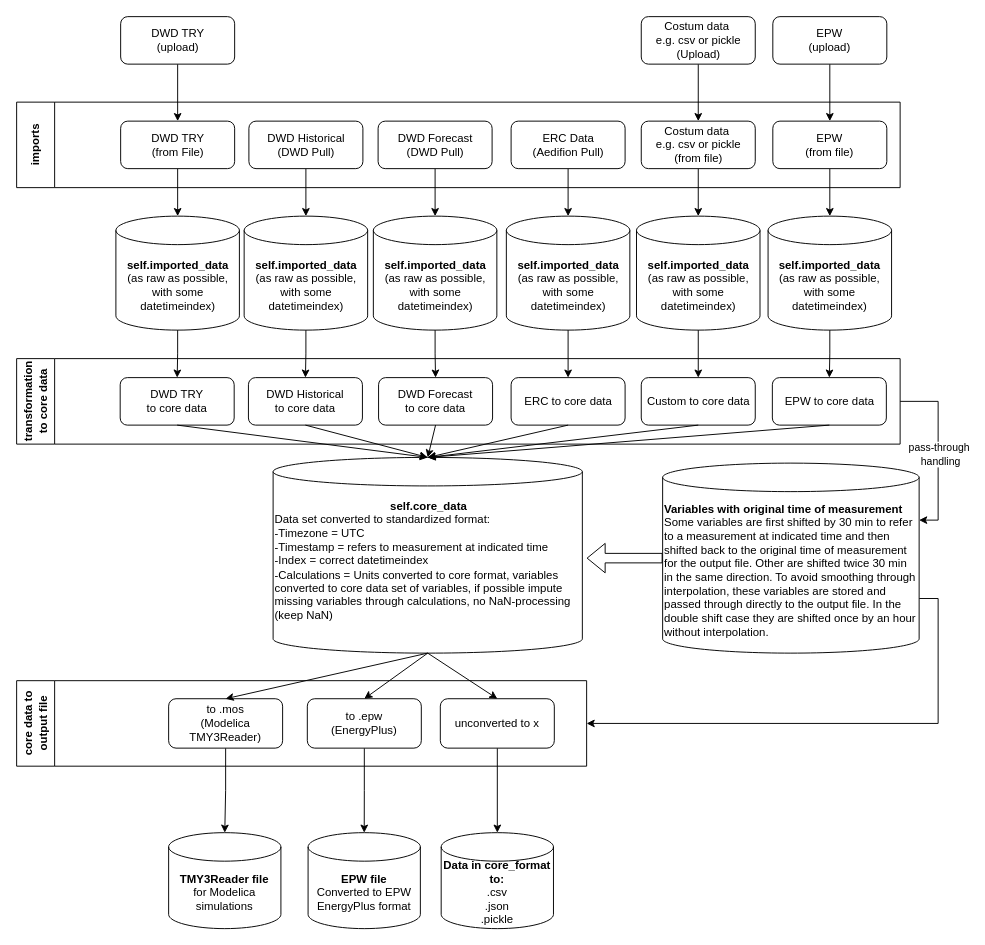
Before: docs/Overview_WeatherTool.drawio in RWTH-EBC/AixWeather, a draw.io diagram. Source tidied: cells renumbered, new cells numbered last; positions are measured from the earlier drawing's top-left corner, leaving out a move shared by most shapes. Both pictures are drawn from the tidied source at 95%, with x=0, y=0 at pixel (16, 16).
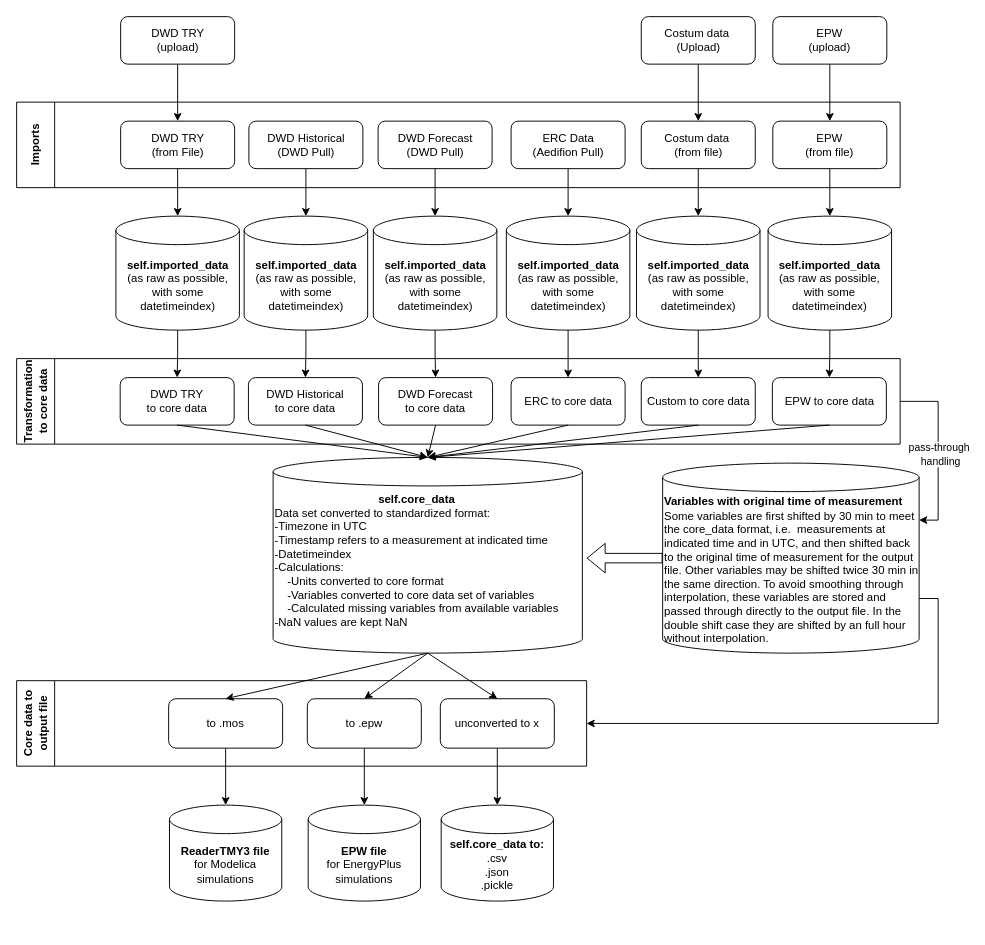
Above is the later version.

The edit, as a diff of the source:
```diff
@@
-    <mxCell id="4" value="&lt;div style=&quot;text-align: center;&quot;&gt;&lt;b style=&quot;background-color: initial; border-color: var(--border-color);&quot;&gt;self.core_data&lt;/b&gt;&lt;/div&gt;Data set converted to standardized format:&lt;br style=&quot;border-color: var(--border-color);&quot;&gt;-Timezone = UTC&lt;br style=&quot;border-color: var(--border-color);&quot;&gt;-Timestamp = refers to measurement at indicated time&lt;br&gt;-Index = correct datetimeindex&amp;nbsp;&lt;br style=&quot;border-color: var(--border-color);&quot;&gt;-Calculations = Units converted to core format,&amp;nbsp;variables converted to core data set of variables, if possible impute missing variables through calculations, no NaN-processing (keep NaN)&lt;br style=&quot;border-color: var(--border-color);&quot;&gt;&amp;nbsp;" style="shape=cylinder3;whiteSpace=wrap;html=1;boundedLbl=1;backgroundOutline=1;size=15;align=left;" parent="1" vertex="1">
+    <mxCell id="4" value="&lt;div style=&quot;text-align: center;&quot;&gt;&lt;b style=&quot;background-color: initial; border-color: var(--border-color);&quot;&gt;self.core_data&lt;/b&gt;&lt;/div&gt;Data set converted to standardized format:&lt;br style=&quot;border-color: var(--border-color);&quot;&gt;-Timezone in UTC&lt;br style=&quot;border-color: var(--border-color);&quot;&gt;-Timestamp refers to a measurement at indicated time&lt;br&gt;-Datetimeindex&amp;nbsp;&lt;br style=&quot;border-color: var(--border-color);&quot;&gt;-Calculations:&lt;br&gt;&lt;span style=&quot;&quot;&gt;&lt;span style=&quot;white-space: pre;&quot;&gt;&amp;nbsp;&amp;nbsp;&amp;nbsp;&amp;nbsp;&lt;/span&gt;&lt;/span&gt;-Units converted to core format&lt;br&gt;&lt;span style=&quot;&quot;&gt;&lt;span style=&quot;white-space: pre;&quot;&gt;&amp;nbsp;&amp;nbsp;&amp;nbsp;&amp;nbsp;&lt;/span&gt;&lt;/span&gt;-Variables converted to core data set of variables&lt;br&gt;&lt;span style=&quot;&quot;&gt;&lt;span style=&quot;white-space: pre;&quot;&gt;&amp;nbsp;&amp;nbsp;&amp;nbsp;&amp;nbsp;&lt;/span&gt;&lt;/span&gt;-Calculated missing variables from available variables&lt;br&gt;&lt;span style=&quot;background-color: initial;&quot;&gt;-NaN values are kept NaN&lt;/span&gt;&lt;br&gt;&amp;nbsp;" style="shape=cylinder3;whiteSpace=wrap;html=1;boundedLbl=1;backgroundOutline=1;size=15;align=left;" parent="1" vertex="1">
       <mxGeometry x="270" y="464" width="325.5" height="206" as="geometry" />
     </mxCell>
@@
-    <mxCell id="12" value="Costum data&amp;nbsp;&lt;br&gt;e.g. csv or pickle&lt;br&gt;(from file)" style="rounded=1;whiteSpace=wrap;html=1;fontSize=12;glass=0;strokeWidth=1;shadow=0;" parent="1" vertex="1">
+    <mxCell id="12" value="Costum data&amp;nbsp;&lt;br&gt;(from file)" style="rounded=1;whiteSpace=wrap;html=1;fontSize=12;glass=0;strokeWidth=1;shadow=0;" parent="1" vertex="1">
       <mxGeometry x="657.5" y="110" width="120" height="50" as="geometry" />
     </mxCell>
@@
-    <mxCell id="14" value="to .mos &lt;br&gt;(Modelica TMY3Reader)" style="rounded=1;whiteSpace=wrap;html=1;fontSize=12;glass=0;strokeWidth=1;shadow=0;" parent="1" vertex="1">
+    <mxCell id="14" value="to .mos" style="rounded=1;whiteSpace=wrap;html=1;fontSize=12;glass=0;strokeWidth=1;shadow=0;" parent="1" vertex="1">
       <mxGeometry x="160" y="718" width="120" height="52" as="geometry" />
     </mxCell>
@@
-    <mxCell id="18" value="to .epw&lt;br&gt;(EnergyPlus)" style="rounded=1;whiteSpace=wrap;html=1;fontSize=12;glass=0;strokeWidth=1;shadow=0;" parent="1" vertex="1">
+    <mxCell id="18" value="to .epw" style="rounded=1;whiteSpace=wrap;html=1;fontSize=12;glass=0;strokeWidth=1;shadow=0;" parent="1" vertex="1">
       <mxGeometry x="306" y="718" width="120" height="52" as="geometry" />
     </mxCell>
@@
-    <mxCell id="25" value="Costum data&amp;nbsp;&lt;br&gt;e.g. csv or pickle&lt;br&gt;(Upload)" style="rounded=1;whiteSpace=wrap;html=1;fontSize=12;glass=0;strokeWidth=1;shadow=0;" parent="1" vertex="1">
+    <mxCell id="25" value="Costum data&amp;nbsp;&lt;br&gt;(Upload)" style="rounded=1;whiteSpace=wrap;html=1;fontSize=12;glass=0;strokeWidth=1;shadow=0;" parent="1" vertex="1">
       <mxGeometry x="657.5" width="120" height="50" as="geometry" />
     </mxCell>
@@
-    <mxCell id="28" value="&lt;b&gt;TMY3Reader file&lt;br&gt;&lt;/b&gt;for Modelica simulations" style="shape=cylinder3;whiteSpace=wrap;html=1;boundedLbl=1;backgroundOutline=1;size=15;" parent="1" vertex="1">
-      <mxGeometry x="160" y="859" width="118.2" height="101" as="geometry" />
+    <mxCell id="28" value="&lt;b&gt;ReaderTMY3 file&lt;br&gt;&lt;/b&gt;for Modelica simulations" style="shape=cylinder3;whiteSpace=wrap;html=1;boundedLbl=1;backgroundOutline=1;size=15;" parent="1" vertex="1">
+      <mxGeometry x="160.9" y="830" width="118.2" height="101" as="geometry" />
     </mxCell>
-    <mxCell id="29" value="&lt;b&gt;EPW file&lt;br&gt;&lt;/b&gt;Converted to EPW EnergyPlus format&lt;b&gt;&lt;br&gt;&lt;/b&gt;" style="shape=cylinder3;whiteSpace=wrap;html=1;boundedLbl=1;backgroundOutline=1;size=15;" parent="1" vertex="1">
-      <mxGeometry x="306.8" y="859" width="118.2" height="101" as="geometry" />
+    <mxCell id="29" value="&lt;b&gt;EPW file&lt;br&gt;&lt;/b&gt;for EnergyPlus simulations&lt;b&gt;&lt;br&gt;&lt;/b&gt;" style="shape=cylinder3;whiteSpace=wrap;html=1;boundedLbl=1;backgroundOutline=1;size=15;" parent="1" vertex="1">
+      <mxGeometry x="306.9" y="830" width="118.2" height="101" as="geometry" />
     </mxCell>
-    <mxCell id="30" value="&lt;b&gt;Data in core_format to:&lt;br&gt;&lt;/b&gt;.csv&lt;br&gt;.json&lt;br&gt;.pickle&lt;b&gt;&lt;br&gt;&lt;/b&gt;" style="shape=cylinder3;whiteSpace=wrap;html=1;boundedLbl=1;backgroundOutline=1;size=15;" parent="1" vertex="1">
-      <mxGeometry x="446.9" y="859" width="118.2" height="101" as="geometry" />
+    <mxCell id="30" value="&lt;b&gt;self.core_data to:&lt;br&gt;&lt;/b&gt;.csv&lt;br&gt;.json&lt;br&gt;.pickle&lt;b&gt;&lt;br&gt;&lt;/b&gt;" style="shape=cylinder3;whiteSpace=wrap;html=1;boundedLbl=1;backgroundOutline=1;size=15;" parent="1" vertex="1">
+      <mxGeometry x="446.9" y="830" width="118.2" height="101" as="geometry" />
     </mxCell>
@@
-    <mxCell id="42" value="imports" style="swimlane;horizontal=0;whiteSpace=wrap;html=1;startSize=40;" parent="1" vertex="1">
+    <mxCell id="42" value="Imports" style="swimlane;horizontal=0;whiteSpace=wrap;html=1;startSize=40;" parent="1" vertex="1">
       <mxGeometry y="90" width="930" height="90" as="geometry" />
     </mxCell>
@@
-    <mxCell id="45" value="transformation &lt;br&gt;to core data" style="swimlane;horizontal=0;whiteSpace=wrap;html=1;startSize=40;" parent="1" vertex="1">
+    <mxCell id="45" value="Transformation &lt;br&gt;to core data" style="swimlane;horizontal=0;whiteSpace=wrap;html=1;startSize=40;" parent="1" vertex="1">
       <mxGeometry y="360" width="930" height="90" as="geometry" />
     </mxCell>
@@
-    <mxCell id="47" value="core data to&lt;br&gt;output file" style="swimlane;horizontal=0;whiteSpace=wrap;html=1;startSize=40;" parent="1" vertex="1">
+    <mxCell id="47" value="Core data to&lt;br&gt;output file" style="swimlane;horizontal=0;whiteSpace=wrap;html=1;startSize=40;" parent="1" vertex="1">
       <mxGeometry y="699" width="600" height="90" as="geometry" />
     </mxCell>
@@
-    <mxCell id="56" value="&lt;b&gt;Variables with original time of measurement&lt;/b&gt;&lt;br&gt;Some variables are first shifted by 30 min to refer to a measurement at indicated time and then shifted back to the original time of measurement for the output file. Other are shifted twice 30 min in the same direction. To avoid smoothing through interpolation, these variables are stored and passed through directly to the output file. In the double shift case they are shifted once by an hour without interpolation." style="shape=cylinder3;whiteSpace=wrap;html=1;boundedLbl=1;backgroundOutline=1;size=15;align=left;" parent="1" vertex="1">
+    <mxCell id="56" value="&lt;b&gt;Variables with original time of measurement&lt;/b&gt;&lt;br&gt;Some variables are first shifted by 30 min to meet the core_data format, i.e.&amp;nbsp; measurements at indicated time and in UTC, and then shifted back to the original time of measurement for the output file. Other variables may be shifted twice 30 min in the same direction. To avoid smoothing through interpolation, these variables are stored and passed through directly to the output file. In the double shift case they are shifted by an full hour without interpolation." style="shape=cylinder3;whiteSpace=wrap;html=1;boundedLbl=1;backgroundOutline=1;size=15;align=left;" parent="1" vertex="1">
       <mxGeometry x="680" y="470" width="270" height="200" as="geometry" />
     </mxCell>
```
